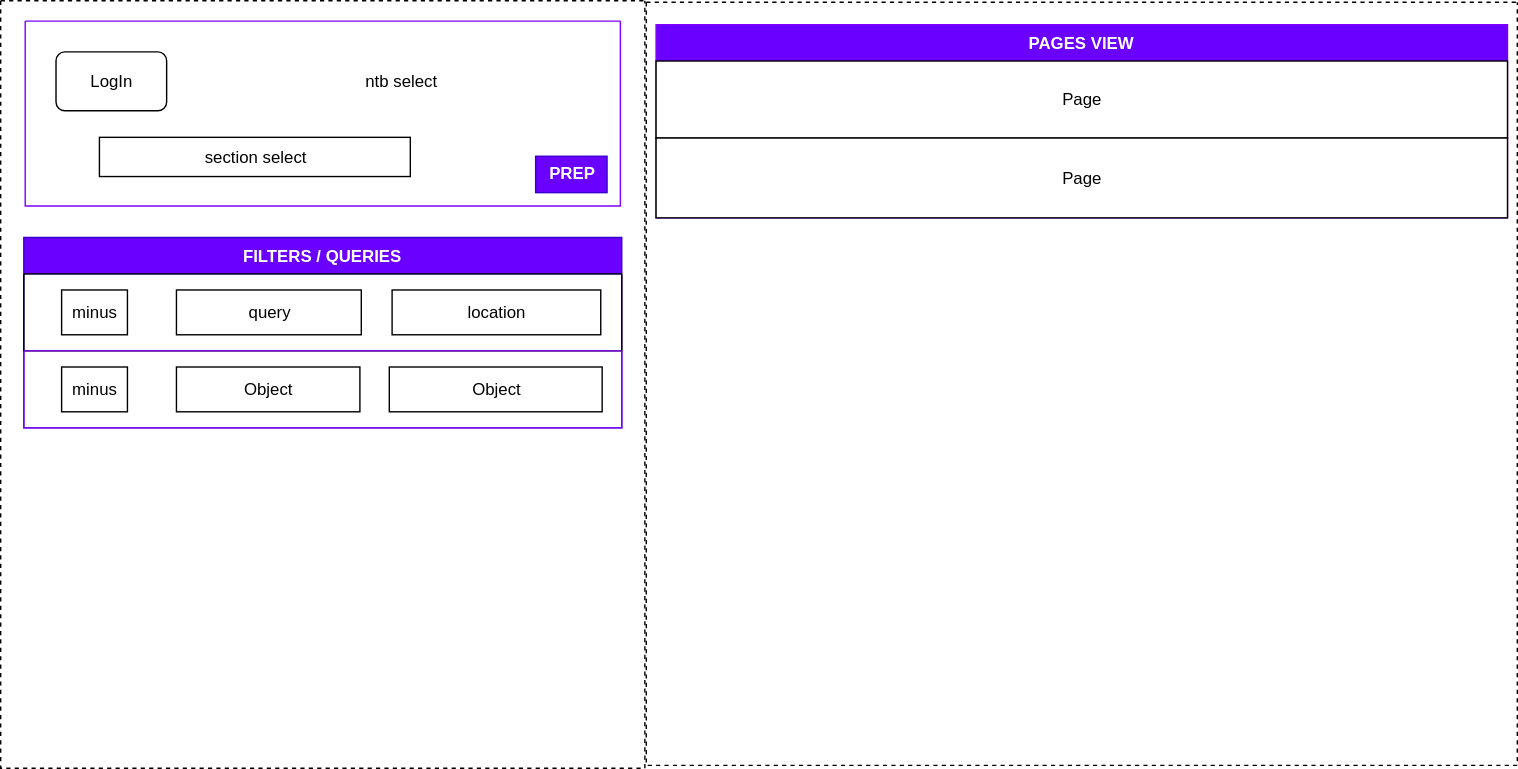
Earlier version of the draw.io export src/resources/wireframes.drawio.svg (simik394/1note-organizer). Source tidied: cells renumbered, new cells last; positions are measured from the earlier drawing's top-left corner, leaving out a move shared by most shapes.
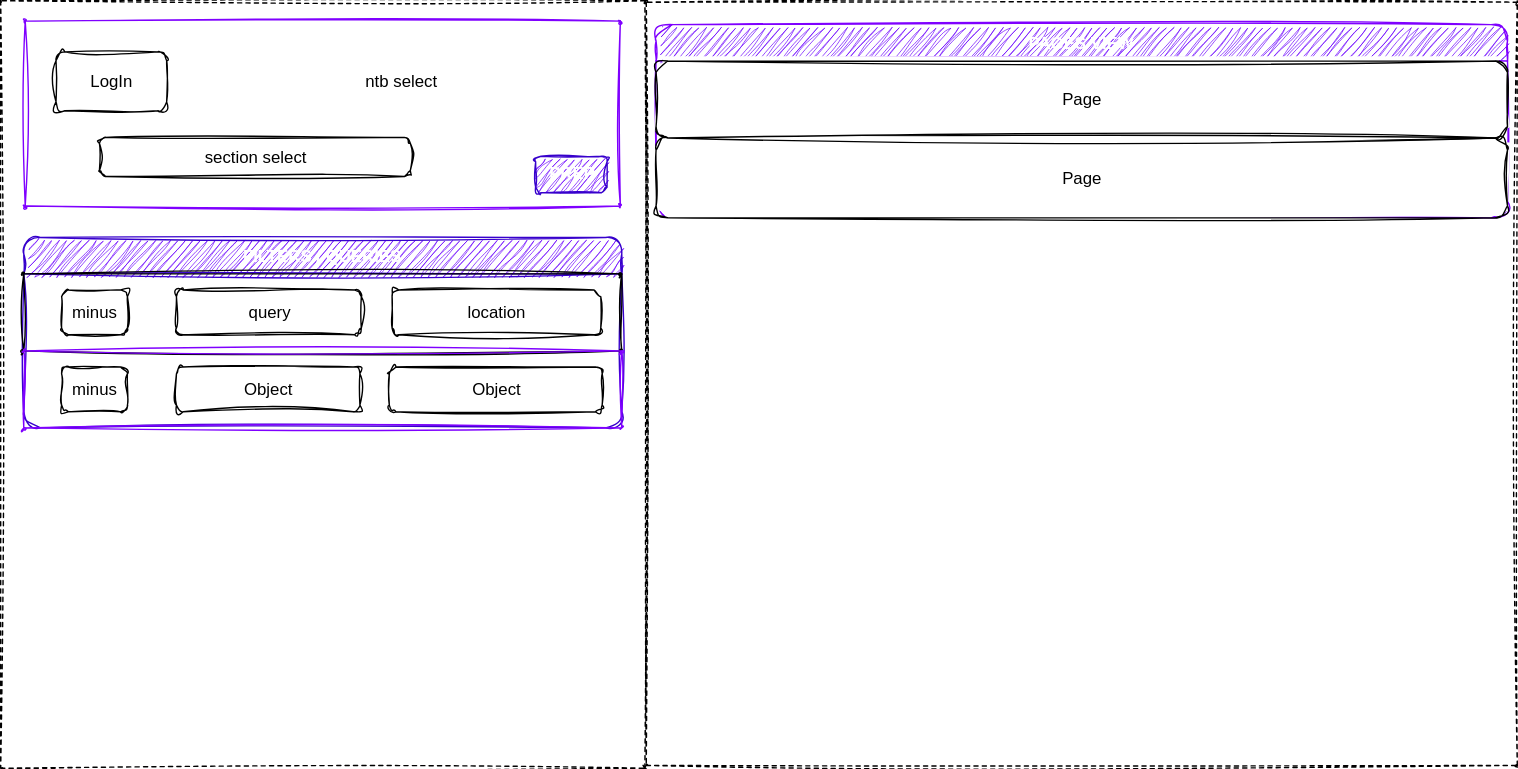
The same diagram one commit later.

What changed in the source:
```diff
@@ -2,61 +2,61 @@
   <root>
     <mxCell id="0" />
     <mxCell id="1" value="window parts" parent="0" />
-    <mxCell id="2" style="swimlane;startSize=0;dashed=1;" parent="1" vertex="1">
+    <mxCell id="2" style="swimlane;startSize=0;dashed=1;rounded=1;sketch=1;curveFitting=1;jiggle=2;" parent="1" vertex="1">
       <mxGeometry x="461" y="1" width="622" height="545" as="geometry" />
     </mxCell>
-    <mxCell id="3" value="PAGES VIEW" style="swimlane;fontStyle=1;align=center;verticalAlign=top;horizontal=1;startSize=26;fillColor=#6a00ff;fontColor=#ffffff;strokeColor=#7F00FF;" parent="2" vertex="1">
+    <mxCell id="3" value="PAGES VIEW" style="swimlane;fontStyle=1;align=center;verticalAlign=top;horizontal=1;startSize=26;fillColor=#6a00ff;fontColor=#ffffff;strokeColor=#7F00FF;rounded=1;sketch=1;curveFitting=1;jiggle=2;" parent="2" vertex="1">
       <mxGeometry x="7" y="16" width="608" height="138" as="geometry" />
     </mxCell>
-    <mxCell id="4" value="Page" style="html=1;" parent="3" vertex="1">
+    <mxCell id="4" value="Page" style="html=1;rounded=1;sketch=1;curveFitting=1;jiggle=2;" parent="3" vertex="1">
       <mxGeometry y="26" width="608" height="55" as="geometry" />
     </mxCell>
-    <mxCell id="5" value="Page" style="html=1;" parent="3" vertex="1">
+    <mxCell id="5" value="Page" style="html=1;rounded=1;sketch=1;curveFitting=1;jiggle=2;" parent="3" vertex="1">
       <mxGeometry y="81" width="608" height="57" as="geometry" />
     </mxCell>
-    <mxCell id="6" style="swimlane;startSize=0;strokeColor=default;dashed=1;" parent="1" vertex="1">
+    <mxCell id="6" style="swimlane;startSize=0;strokeColor=default;dashed=1;rounded=1;sketch=1;curveFitting=1;jiggle=2;" parent="1" vertex="1">
       <mxGeometry width="460" height="548" as="geometry" />
     </mxCell>
-    <mxCell id="7" style="swimlane;startSize=0;strokeColor=#7F00FF;" parent="6" vertex="1">
+    <mxCell id="7" style="swimlane;startSize=0;strokeColor=#7F00FF;rounded=1;sketch=1;curveFitting=1;jiggle=2;" parent="6" vertex="1">
       <mxGeometry x="17.5" y="14.5" width="425" height="132" as="geometry" />
     </mxCell>
-    <mxCell id="8" value="section select" style="html=1;" parent="7" vertex="1">
+    <mxCell id="8" value="section select" style="html=1;rounded=1;sketch=1;curveFitting=1;jiggle=2;" parent="7" vertex="1">
       <mxGeometry x="53" y="83" width="222" height="28" as="geometry" />
     </mxCell>
-    <mxCell id="9" value="ntb select" style="html=1;strokeColor=#FFFFFF;" parent="7" vertex="1">
+    <mxCell id="9" value="ntb select" style="html=1;strokeColor=#FFFFFF;rounded=1;sketch=1;curveFitting=1;jiggle=2;" parent="7" vertex="1">
       <mxGeometry x="137" y="23" width="262" height="41" as="geometry" />
     </mxCell>
-    <mxCell id="10" value="LogIn" style="rounded=1;whiteSpace=wrap;html=1;" parent="7" vertex="1">
+    <mxCell id="10" value="LogIn" style="rounded=1;whiteSpace=wrap;html=1;sketch=1;curveFitting=1;jiggle=2;" parent="7" vertex="1">
       <mxGeometry x="22" y="22" width="79" height="42" as="geometry" />
     </mxCell>
-    <mxCell id="11" value="&lt;b&gt;PREP&lt;/b&gt;" style="text;html=1;align=center;verticalAlign=middle;strokeColor=#3700CC;fillColor=#6a00ff;fontColor=#ffffff;" parent="7" vertex="1">
+    <mxCell id="11" value="&lt;b&gt;PREP&lt;/b&gt;" style="text;html=1;align=center;verticalAlign=middle;strokeColor=#3700CC;fillColor=#6a00ff;fontColor=#ffffff;rounded=1;sketch=1;curveFitting=1;jiggle=2;" parent="7" vertex="1">
       <mxGeometry x="364.5" y="96.5" width="51" height="26" as="geometry" />
     </mxCell>
-    <mxCell id="12" value="FILTERS / QUERIES" style="swimlane;fontStyle=1;align=center;verticalAlign=top;horizontal=1;startSize=26;fillColor=#6a00ff;fontColor=#ffffff;strokeColor=#3700CC;" parent="6" vertex="1">
+    <mxCell id="12" value="FILTERS / QUERIES" style="swimlane;fontStyle=1;align=center;verticalAlign=top;horizontal=1;startSize=26;fillColor=#6a00ff;fontColor=#ffffff;strokeColor=#3700CC;rounded=1;sketch=1;curveFitting=1;jiggle=2;" parent="6" vertex="1">
       <mxGeometry x="16.5" y="169" width="427" height="136" as="geometry" />
     </mxCell>
-    <mxCell id="13" style="swimlane;startSize=0;" parent="12" vertex="1">
+    <mxCell id="13" style="swimlane;startSize=0;rounded=1;sketch=1;curveFitting=1;jiggle=2;" parent="12" vertex="1">
       <mxGeometry y="26" width="427" height="55" as="geometry" />
     </mxCell>
-    <mxCell id="14" value="minus" style="html=1;" parent="13" vertex="1">
+    <mxCell id="14" value="minus" style="html=1;rounded=1;sketch=1;curveFitting=1;jiggle=2;" parent="13" vertex="1">
       <mxGeometry x="27" y="11.5" width="47" height="32" as="geometry" />
     </mxCell>
-    <mxCell id="15" value="query" style="html=1;" parent="13" vertex="1">
+    <mxCell id="15" value="query" style="html=1;rounded=1;sketch=1;curveFitting=1;jiggle=2;" parent="13" vertex="1">
       <mxGeometry x="109" y="11.5" width="132" height="32" as="geometry" />
     </mxCell>
-    <mxCell id="16" value="location" style="html=1;" parent="13" vertex="1">
+    <mxCell id="16" value="location" style="html=1;rounded=1;sketch=1;curveFitting=1;jiggle=2;" parent="13" vertex="1">
       <mxGeometry x="263" y="11.5" width="149" height="32" as="geometry" />
     </mxCell>
-    <mxCell id="17" style="swimlane;startSize=0;strokeColor=#7F00FF;" parent="12" vertex="1">
+    <mxCell id="17" style="swimlane;startSize=0;strokeColor=#7F00FF;rounded=1;sketch=1;curveFitting=1;jiggle=2;" parent="12" vertex="1">
       <mxGeometry y="81" width="427" height="55" as="geometry" />
     </mxCell>
-    <mxCell id="18" value="minus" style="html=1;" parent="17" vertex="1">
+    <mxCell id="18" value="minus" style="html=1;rounded=1;sketch=1;curveFitting=1;jiggle=2;" parent="17" vertex="1">
       <mxGeometry x="27" y="11.5" width="47" height="32" as="geometry" />
     </mxCell>
-    <mxCell id="19" value="Object" style="html=1;" parent="17" vertex="1">
+    <mxCell id="19" value="Object" style="html=1;rounded=1;sketch=1;curveFitting=1;jiggle=2;" parent="17" vertex="1">
       <mxGeometry x="109" y="11.5" width="131" height="32" as="geometry" />
     </mxCell>
-    <mxCell id="20" value="Object" style="html=1;" parent="17" vertex="1">
+    <mxCell id="20" value="Object" style="html=1;rounded=1;sketch=1;curveFitting=1;jiggle=2;" parent="17" vertex="1">
       <mxGeometry x="261" y="11.5" width="152" height="32" as="geometry" />
     </mxCell>
     <mxCell id="21" value="components" parent="0" />
```
